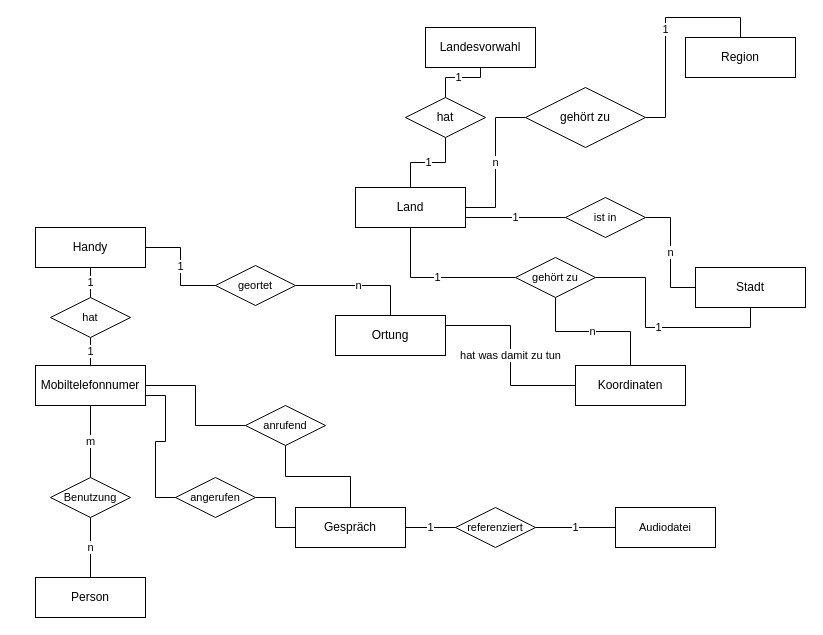
clemens29/Datenbanksysteme-I keeps this draw.io diagram as Geheimdienst_ER-Modell.drawio. Above is the earlier version. Source tidied: cells renumbered, new cells numbered last; positions are measured from the earlier drawing's top-left corner, leaving out a move shared by most shapes. Both pictures are drawn from the tidied source at 100%, with x=0, y=0 at pixel (35, 27).
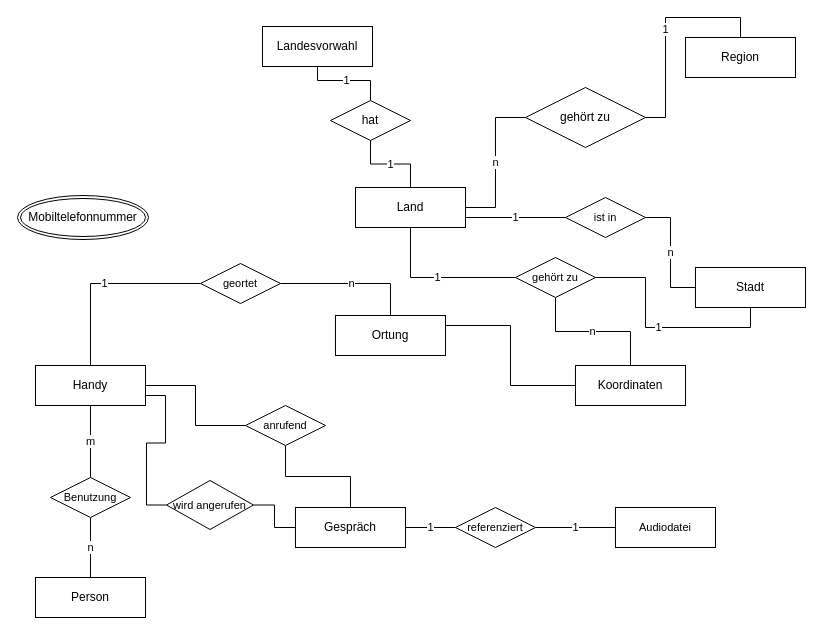
The same diagram, later.

The change refers to these unchanged cells:
```xml
<mxCell id="9" value="Ortung" style="whiteSpace=wrap;html=1;align=center;" parent="1" vertex="1">
  <mxGeometry x="300" y="288" width="110" height="40" as="geometry" />
</mxCell>
<mxCell id="12" value="Koordinaten" style="whiteSpace=wrap;html=1;align=center;" parent="1" vertex="1">
  <mxGeometry x="540" y="338" width="110" height="40" as="geometry" />
</mxCell>
```

Change to the diagram source:
```diff
@@
-    <mxCell id="2" value="Mobiltelefonnumer" style="whiteSpace=wrap;html=1;align=center;" parent="1" vertex="1">
+    <mxCell id="2" value="Handy" style="whiteSpace=wrap;html=1;align=center;" parent="1" vertex="1">
       <mxGeometry y="338" width="110" height="40" as="geometry" />
     </mxCell>
-    <mxCell id="3" value="Handy" style="whiteSpace=wrap;html=1;align=center;" parent="1" vertex="1">
-      <mxGeometry y="200" width="110" height="40" as="geometry" />
-    </mxCell>
@@
     <mxCell id="6" value="Landesvorwahl" style="whiteSpace=wrap;html=1;align=center;" parent="1" vertex="1">
-      <mxGeometry x="390" width="110" height="40" as="geometry" />
+      <mxGeometry x="227" y="-1" width="110" height="40" as="geometry" />
     </mxCell>
@@
-    <mxCell id="10" value="hat was damit zu tun" style="edgeStyle=orthogonalEdgeStyle;shape=connector;rounded=0;jettySize=auto;html=1;entryX=1;entryY=0.25;entryDx=0;entryDy=0;labelBackgroundColor=default;strokeColor=default;fontFamily=Helvetica;fontSize=11;fontColor=default;endArrow=none;endFill=0;" parent="1" edge="1" source="12" target="9">
+    <mxCell id="10" style="edgeStyle=orthogonalEdgeStyle;shape=connector;rounded=0;jettySize=auto;html=1;entryX=1;entryY=0.25;entryDx=0;entryDy=0;labelBackgroundColor=default;strokeColor=default;fontFamily=Helvetica;fontSize=11;fontColor=default;endArrow=none;endFill=0;" parent="1" edge="1" source="12" target="9">
       <mxGeometry relative="1" as="geometry" />
     </mxCell>
@@
     <mxCell id="20" value="hat" style="shape=rhombus;perimeter=rhombusPerimeter;whiteSpace=wrap;html=1;align=center;" parent="1" vertex="1">
-      <mxGeometry x="370" y="70" width="80" height="40" as="geometry" />
+      <mxGeometry x="295" y="73" width="80" height="40" as="geometry" />
     </mxCell>
@@
-    <mxCell id="23" value="1" style="edgeStyle=orthogonalEdgeStyle;shape=connector;rounded=0;jettySize=auto;html=1;entryX=0.5;entryY=1;entryDx=0;entryDy=0;labelBackgroundColor=default;strokeColor=default;fontFamily=Helvetica;fontSize=11;fontColor=default;endArrow=none;endFill=0;" parent="1" edge="1" source="25" target="3">
-      <mxGeometry relative="1" as="geometry" />
-    </mxCell>
-    <mxCell id="24" value="1" style="edgeStyle=orthogonalEdgeStyle;shape=connector;rounded=0;jettySize=auto;html=1;entryX=0.5;entryY=0;entryDx=0;entryDy=0;labelBackgroundColor=default;strokeColor=default;fontFamily=Helvetica;fontSize=11;fontColor=default;endArrow=none;endFill=0;" parent="1" edge="1" source="25" target="2">
-      <mxGeometry relative="1" as="geometry" />
-    </mxCell>
-    <mxCell id="25" value="hat" style="shape=rhombus;perimeter=rhombusPerimeter;whiteSpace=wrap;html=1;align=center;fontFamily=Helvetica;fontSize=11;fontColor=default;" parent="1" vertex="1">
-      <mxGeometry x="15" y="270" width="80" height="40" as="geometry" />
-    </mxCell>
@@
-    <mxCell id="30" value="1" style="edgeStyle=orthogonalEdgeStyle;shape=connector;rounded=0;jettySize=auto;html=1;entryX=1;entryY=0.5;entryDx=0;entryDy=0;labelBackgroundColor=default;strokeColor=default;fontFamily=Helvetica;fontSize=11;fontColor=default;endArrow=none;endFill=0;" parent="1" edge="1" source="31" target="3">
+    <mxCell id="30" value="1" style="edgeStyle=orthogonalEdgeStyle;shape=connector;rounded=0;jettySize=auto;html=1;labelBackgroundColor=default;strokeColor=default;fontFamily=Helvetica;fontSize=11;fontColor=default;endArrow=none;endFill=0;entryX=0.5;entryY=0;entryDx=0;entryDy=0;" parent="1" edge="1" source="31" target="2">
       <mxGeometry relative="1" as="geometry" />
     </mxCell>
     <mxCell id="31" value="geortet" style="shape=rhombus;perimeter=rhombusPerimeter;whiteSpace=wrap;html=1;align=center;fontFamily=Helvetica;fontSize=11;fontColor=default;" parent="1" vertex="1">
-      <mxGeometry x="180" y="238" width="80" height="40" as="geometry" />
+      <mxGeometry x="165" y="236" width="80" height="40" as="geometry" />
     </mxCell>
@@
-    <mxCell id="44" value="angerufen" style="shape=rhombus;perimeter=rhombusPerimeter;whiteSpace=wrap;html=1;align=center;fontFamily=Helvetica;fontSize=11;fontColor=default;" parent="1" vertex="1">
-      <mxGeometry x="140" y="450" width="80" height="40" as="geometry" />
+    <mxCell id="44" value="wird angerufen" style="shape=rhombus;perimeter=rhombusPerimeter;whiteSpace=wrap;html=1;align=center;fontFamily=Helvetica;fontSize=11;fontColor=default;" parent="1" vertex="1">
+      <mxGeometry x="131" y="453" width="87" height="49" as="geometry" />
     </mxCell>
+    <mxCell id="45" value="Mobiltelefonnummer" style="ellipse;shape=doubleEllipse;margin=3;whiteSpace=wrap;html=1;align=center;" parent="1" vertex="1">
+      <mxGeometry x="-18" y="168" width="131" height="44" as="geometry" />
+    </mxCell>
```
